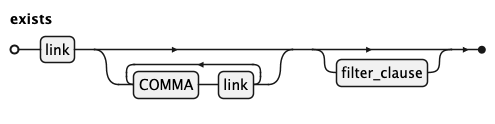
This is docs/kql/exists.png from koryki-java/core, a PlantUML export, as it was before one commit.
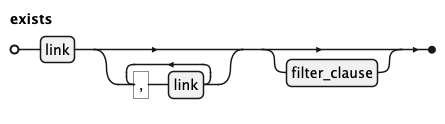
Later version of the same file.

Diff of the diagram source:
```diff
@@ -7,6 +7,6 @@
 
 
 exists =
-    link, {COMMA, link}, [filter_clause]
+    link, {",", link}, [filter_clause]
 ;
 @endebnf
```
